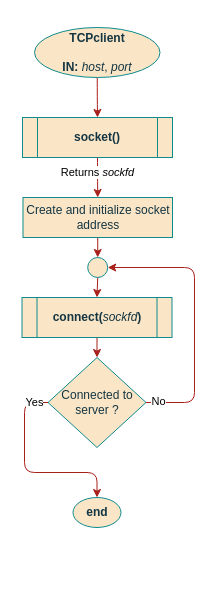
ESRGgroup9/slipad keeps this draw.io diagram as page "Constructor" (2 of 4) of documentation/flowcharts/02Classes/CTCPclient.drawio. Above is the earlier version. Source tidied: cells renumbered, new cells numbered last; positions are measured from the earlier drawing's top-left corner, leaving out a move shared by most shapes. Both pictures are drawn from the tidied source at 100%, with x=0, y=0 at pixel (22, 27).
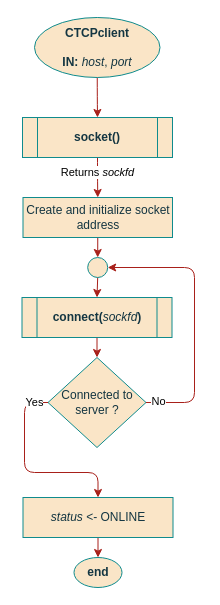
After the change.

Unchanged cells that the change refers to:
```xml
<mxCell id="14" value="Connected to server ?" style="rhombus;whiteSpace=wrap;html=1;rounded=0;sketch=0;fontColor=#143642;strokeColor=#0F8B8D;fillColor=#FAE5C7;" parent="1" vertex="1">
  <mxGeometry x="25.5" y="330" width="98" height="90" as="geometry" />
</mxCell>
```

The edit, as a diff of the source:
```diff
@@
-    <mxCell id="3" value="&lt;div&gt;TCPclient&lt;/div&gt;&lt;div&gt;&lt;br&gt;&lt;/div&gt;&lt;div&gt;IN: &lt;span style=&quot;font-weight: normal&quot;&gt;&lt;i&gt;host&lt;/i&gt;, &lt;i&gt;port&lt;/i&gt;&lt;/span&gt;&lt;br&gt;&lt;/div&gt;" style="ellipse;whiteSpace=wrap;html=1;fillColor=#FAE5C7;strokeColor=#0F8B8D;fontColor=#143642;fontStyle=1;" parent="1" vertex="1">
-      <mxGeometry x="12" width="125.5" height="50" as="geometry" />
+    <mxCell id="3" value="&lt;div&gt;CTCPclient&lt;/div&gt;&lt;div&gt;&lt;br&gt;&lt;/div&gt;&lt;div&gt;IN: &lt;span style=&quot;font-weight: normal&quot;&gt;&lt;i&gt;host&lt;/i&gt;, &lt;i&gt;port&lt;/i&gt;&lt;/span&gt;&lt;br&gt;&lt;/div&gt;" style="ellipse;whiteSpace=wrap;html=1;fillColor=#FAE5C7;strokeColor=#0F8B8D;fontColor=#143642;fontStyle=1;" parent="1" vertex="1">
+      <mxGeometry x="12" y="-10" width="125.5" height="60" as="geometry" />
     </mxCell>
@@
     <mxCell id="5" value="end" style="ellipse;whiteSpace=wrap;html=1;fillColor=#FAE5C7;strokeColor=#0F8B8D;fontColor=#143642;fontStyle=1;" parent="1" vertex="1">
-      <mxGeometry x="50.5" y="470" width="48" height="30" as="geometry" />
+      <mxGeometry x="51.5" y="530" width="48" height="30" as="geometry" />
     </mxCell>
@@
-    <mxCell id="13" value="Yes" style="edgeStyle=orthogonalEdgeStyle;rounded=1;jettySize=auto;html=1;exitX=0;exitY=0.5;exitDx=0;exitDy=0;entryX=0.5;entryY=0;entryDx=0;entryDy=0;fontSize=11;strokeColor=#A8201A;" parent="1" edge="1" source="14" target="5">
+    <mxCell id="13" value="Yes" style="edgeStyle=orthogonalEdgeStyle;rounded=1;jettySize=auto;html=1;exitX=0;exitY=0.5;exitDx=0;exitDy=0;entryX=0.5;entryY=0;entryDx=0;entryDy=0;fontSize=11;strokeColor=#A8201A;" parent="1" edge="1" source="14" target="18">
       <mxGeometry x="-0.85" relative="1" as="geometry">
         <Array as="points">
           <mxPoint x="2" y="375" />
           <mxPoint x="2" y="445" />
-          <mxPoint x="74" y="445" />
+          <mxPoint x="76" y="445" />
+          <mxPoint x="76" y="470" />
         </Array>
       </mxGeometry>
     </mxCell>
@@
+    <mxCell id="17" style="edgeStyle=orthogonalEdgeStyle;rounded=0;jettySize=auto;html=1;exitX=0.5;exitY=1;exitDx=0;exitDy=0;entryX=0.5;entryY=0;entryDx=0;entryDy=0;strokeColor=#A8201A;" parent="1" edge="1" source="18" target="5">
+      <mxGeometry relative="1" as="geometry" />
+    </mxCell>
+    <mxCell id="18" value="&lt;i&gt;status&lt;/i&gt; &amp;lt;- ONLINE" style="rounded=0;whiteSpace=wrap;html=1;sketch=0;fontColor=#143642;strokeColor=#0F8B8D;fillColor=#FAE5C7;" parent="1" vertex="1">
+      <mxGeometry x="0.5" y="470" width="150" height="40" as="geometry" />
+    </mxCell>
```
